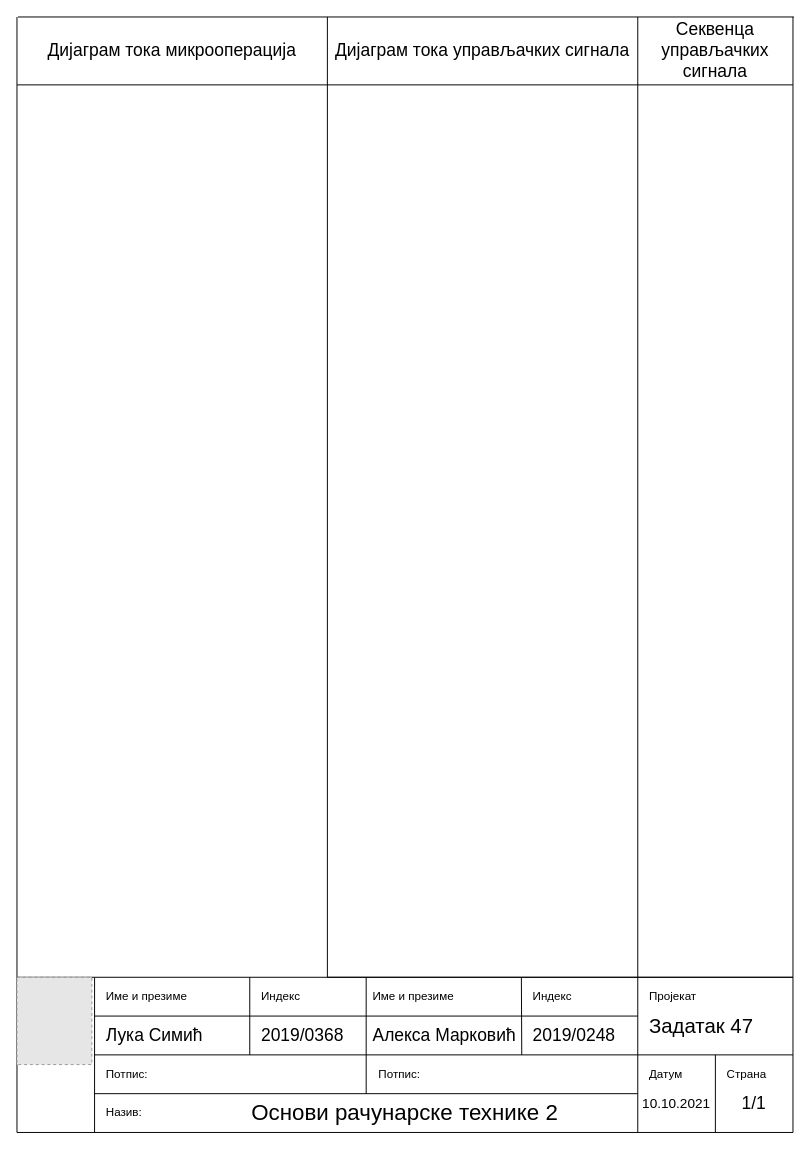
Above: page "Template" (5 of 5) of Dijagram.drawio in KockaAdmiralac/ORT2 (draw.io), before the change. Source tidied: cells renumbered, new cells numbered last; positions are measured from the earlier drawing's top-left corner, leaving out a move shared by most shapes. Both pictures are drawn from the tidied source at 97%, with x=0, y=0 at pixel (16, 16). Pictures stored in the file or linked from it are replaced by grey dashed boxes.
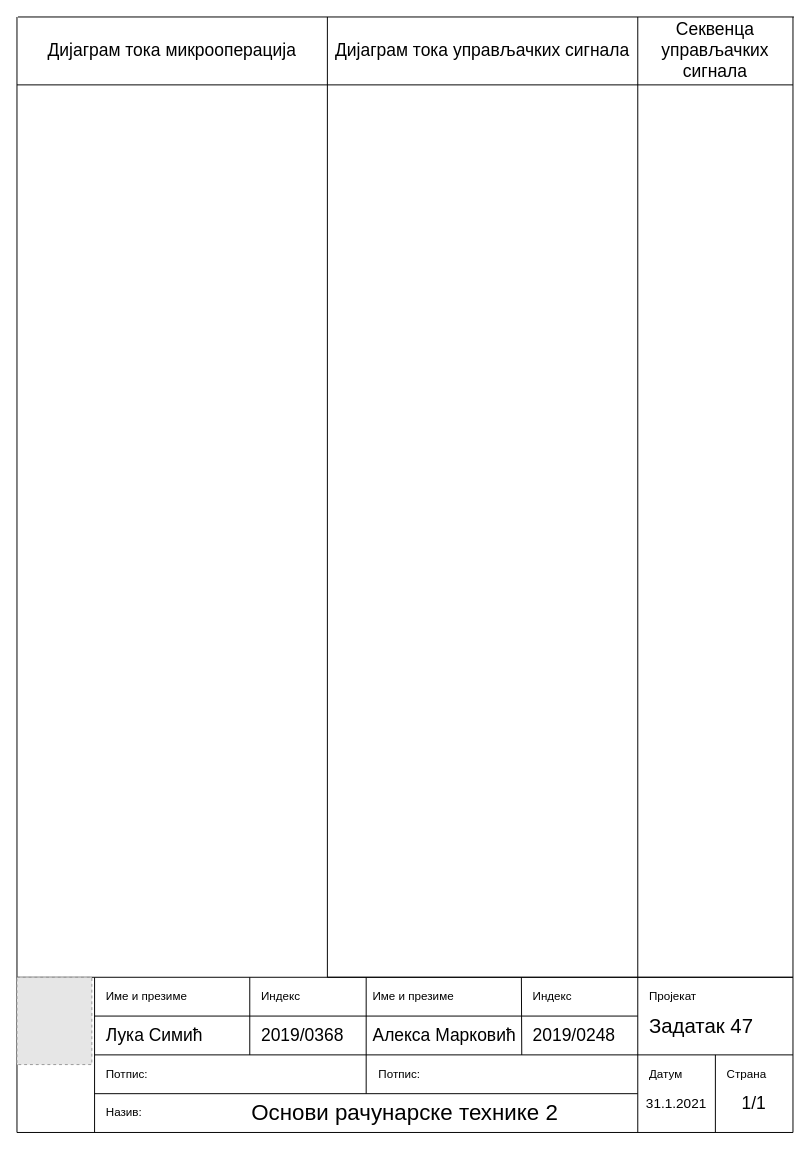
Above is the later version.

The edit, as a diff of the source:
```diff
@@
-    <mxCell id="23" value="10.10.2021" style="text;html=1;strokeColor=none;fillColor=none;align=center;verticalAlign=middle;whiteSpace=wrap;rounded=0;fontSize=14;" parent="1" vertex="1">
+    <mxCell id="23" value="31.1.2021" style="text;html=1;strokeColor=none;fillColor=none;align=center;verticalAlign=middle;whiteSpace=wrap;rounded=0;fontSize=14;" parent="1" vertex="1">
       <mxGeometry x="640" y="1100" width="80" height="40" as="geometry" />
     </mxCell>
```
